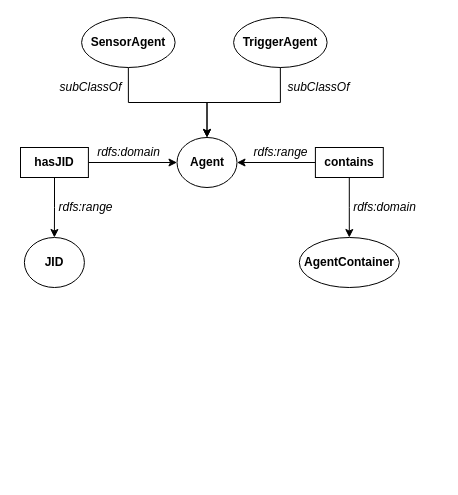
Earlier version of the draw.io diagram page "rdfs-mas" (6 of 6) of doc/Untitled Diagram.drawio (paganellif/ws-project-paganelli-2021). Source tidied: cells renumbered, new cells numbered last; positions are measured from the earlier drawing's top-left corner, leaving out a move shared by most shapes. Both pictures are drawn from the tidied source at 100%, with x=0, y=0 at pixel (20, 17).
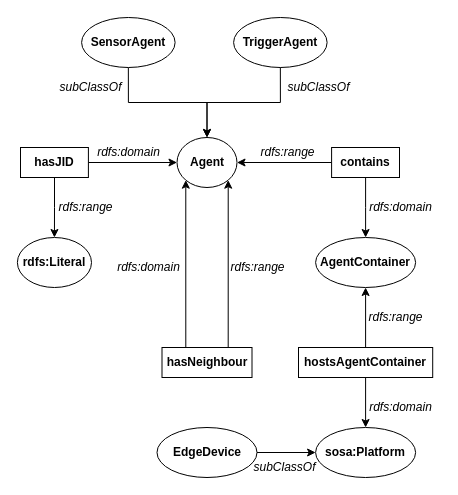
After the change.

Commit message (it also covers changes not shown here):
fix wsn-mas rdfs

Unchanged cells that the change refers to:
```xml
<mxCell id="2" value="&lt;b&gt;Agent&lt;/b&gt;" style="ellipse;whiteSpace=wrap;html=1;" parent="1" vertex="1">
  <mxGeometry x="156.5" y="120" width="60" height="50" as="geometry" />
</mxCell>
```

The edit, as a diff of the source:
```diff
@@
     <mxCell id="3" value="&lt;b&gt;AgentContainer&lt;/b&gt;" style="ellipse;whiteSpace=wrap;html=1;" parent="1" vertex="1">
-      <mxGeometry x="278.8" y="220" width="100" height="50" as="geometry" />
+      <mxGeometry x="295.1" y="220" width="100" height="50" as="geometry" />
     </mxCell>
-    <mxCell id="4" value="&lt;b&gt;JID&lt;/b&gt;" style="ellipse;whiteSpace=wrap;html=1;" parent="1" vertex="1">
-      <mxGeometry x="3.9" y="220" width="60" height="50" as="geometry" />
+    <mxCell id="4" value="&lt;b&gt;rdfs:Literal&lt;/b&gt;" style="ellipse;whiteSpace=wrap;html=1;" parent="1" vertex="1">
+      <mxGeometry x="-3.1" y="220" width="74.1" height="50" as="geometry" />
     </mxCell>
@@
     <mxCell id="10" value="&lt;b&gt;contains&lt;/b&gt;" style="rounded=0;whiteSpace=wrap;html=1;" parent="1" vertex="1">
-      <mxGeometry x="294.9" y="130" width="67.9" height="30" as="geometry" />
+      <mxGeometry x="311.1" y="130" width="67.9" height="30" as="geometry" />
     </mxCell>
     <mxCell id="11" value="&lt;i&gt;rdfs:domain&lt;/i&gt;" style="text;html=1;align=center;verticalAlign=middle;strokeColor=none;" parent="1" vertex="1">
-      <mxGeometry x="324" y="180" width="80" height="20" as="geometry" />
+      <mxGeometry x="340.3" y="180" width="80" height="20" as="geometry" />
     </mxCell>
     <mxCell id="12" value="&lt;i&gt;rdfs:range&lt;/i&gt;" style="text;html=1;align=center;verticalAlign=middle;strokeColor=none;" parent="1" vertex="1">
-      <mxGeometry x="224.9" y="125" width="70" height="20" as="geometry" />
+      <mxGeometry x="231.5" y="125" width="70" height="20" as="geometry" />
     </mxCell>
@@
+    <mxCell id="21" style="edgeStyle=orthogonalEdgeStyle;rounded=0;jettySize=auto;html=1;entryX=0;entryY=1;entryDx=0;entryDy=0;exitX=0.25;exitY=0;exitDx=0;exitDy=0;" parent="1" edge="1" source="23" target="2">
+      <mxGeometry relative="1" as="geometry">
+        <Array as="points">
+          <mxPoint x="164" y="345" />
+          <mxPoint x="165" y="345" />
+        </Array>
+      </mxGeometry>
+    </mxCell>
+    <mxCell id="22" style="edgeStyle=orthogonalEdgeStyle;rounded=0;jettySize=auto;html=1;entryX=1;entryY=1;entryDx=0;entryDy=0;exitX=0.75;exitY=0;exitDx=0;exitDy=0;" parent="1" edge="1" source="23" target="2">
+      <mxGeometry relative="1" as="geometry">
+        <Array as="points">
+          <mxPoint x="209" y="340" />
+          <mxPoint x="208" y="340" />
+        </Array>
+      </mxGeometry>
+    </mxCell>
+    <mxCell id="23" value="&lt;b&gt;hasNeighbour&lt;/b&gt;" style="rounded=0;whiteSpace=wrap;html=1;" parent="1" vertex="1">
+      <mxGeometry x="141.5" y="330" width="90" height="30" as="geometry" />
+    </mxCell>
+    <mxCell id="24" value="&lt;i&gt;rdfs:domain&lt;/i&gt;" style="text;html=1;align=center;verticalAlign=middle;strokeColor=none;" parent="1" vertex="1">
+      <mxGeometry x="88" y="240" width="80" height="20" as="geometry" />
+    </mxCell>
+    <mxCell id="25" value="&lt;i&gt;rdfs:range&lt;/i&gt;" style="text;html=1;align=center;verticalAlign=middle;strokeColor=none;" parent="1" vertex="1">
+      <mxGeometry x="202" y="240" width="70" height="20" as="geometry" />
+    </mxCell>
+    <mxCell id="26" value="&lt;b&gt;sosa:Platform&lt;/b&gt;" style="ellipse;whiteSpace=wrap;html=1;" parent="1" vertex="1">
+      <mxGeometry x="295.1" y="410" width="100" height="50" as="geometry" />
+    </mxCell>
+    <mxCell id="27" style="edgeStyle=orthogonalEdgeStyle;rounded=0;jettySize=auto;html=1;" parent="1" edge="1" source="28" target="26">
+      <mxGeometry relative="1" as="geometry" />
+    </mxCell>
+    <mxCell id="28" value="&lt;b&gt;EdgeDevice&lt;/b&gt;" style="ellipse;whiteSpace=wrap;html=1;" parent="1" vertex="1">
+      <mxGeometry x="136.5" y="410" width="100" height="50" as="geometry" />
+    </mxCell>
+    <mxCell id="29" value="&lt;i&gt;subClassOf&lt;/i&gt;" style="text;html=1;align=center;verticalAlign=middle;strokeColor=none;" parent="1" vertex="1">
+      <mxGeometry x="224" y="440" width="80" height="20" as="geometry" />
+    </mxCell>
+    <mxCell id="30" style="edgeStyle=orthogonalEdgeStyle;rounded=0;jettySize=auto;html=1;" parent="1" edge="1" source="32" target="3">
+      <mxGeometry relative="1" as="geometry" />
+    </mxCell>
+    <mxCell id="31" style="edgeStyle=orthogonalEdgeStyle;rounded=0;jettySize=auto;html=1;" parent="1" edge="1" source="32" target="26">
+      <mxGeometry relative="1" as="geometry" />
+    </mxCell>
+    <mxCell id="32" value="&lt;b&gt;hostsAgentContainer&lt;/b&gt;" style="rounded=0;whiteSpace=wrap;html=1;" parent="1" vertex="1">
+      <mxGeometry x="278" y="330" width="134.2" height="30" as="geometry" />
+    </mxCell>
+    <mxCell id="33" value="&lt;i&gt;rdfs:range&lt;/i&gt;" style="text;html=1;align=center;verticalAlign=middle;strokeColor=none;" parent="1" vertex="1">
+      <mxGeometry x="340.3" y="290" width="70" height="20" as="geometry" />
+    </mxCell>
+    <mxCell id="34" value="&lt;i&gt;rdfs:domain&lt;/i&gt;" style="text;html=1;align=center;verticalAlign=middle;strokeColor=none;" parent="1" vertex="1">
+      <mxGeometry x="340.3" y="380" width="80" height="20" as="geometry" />
+    </mxCell>
```
